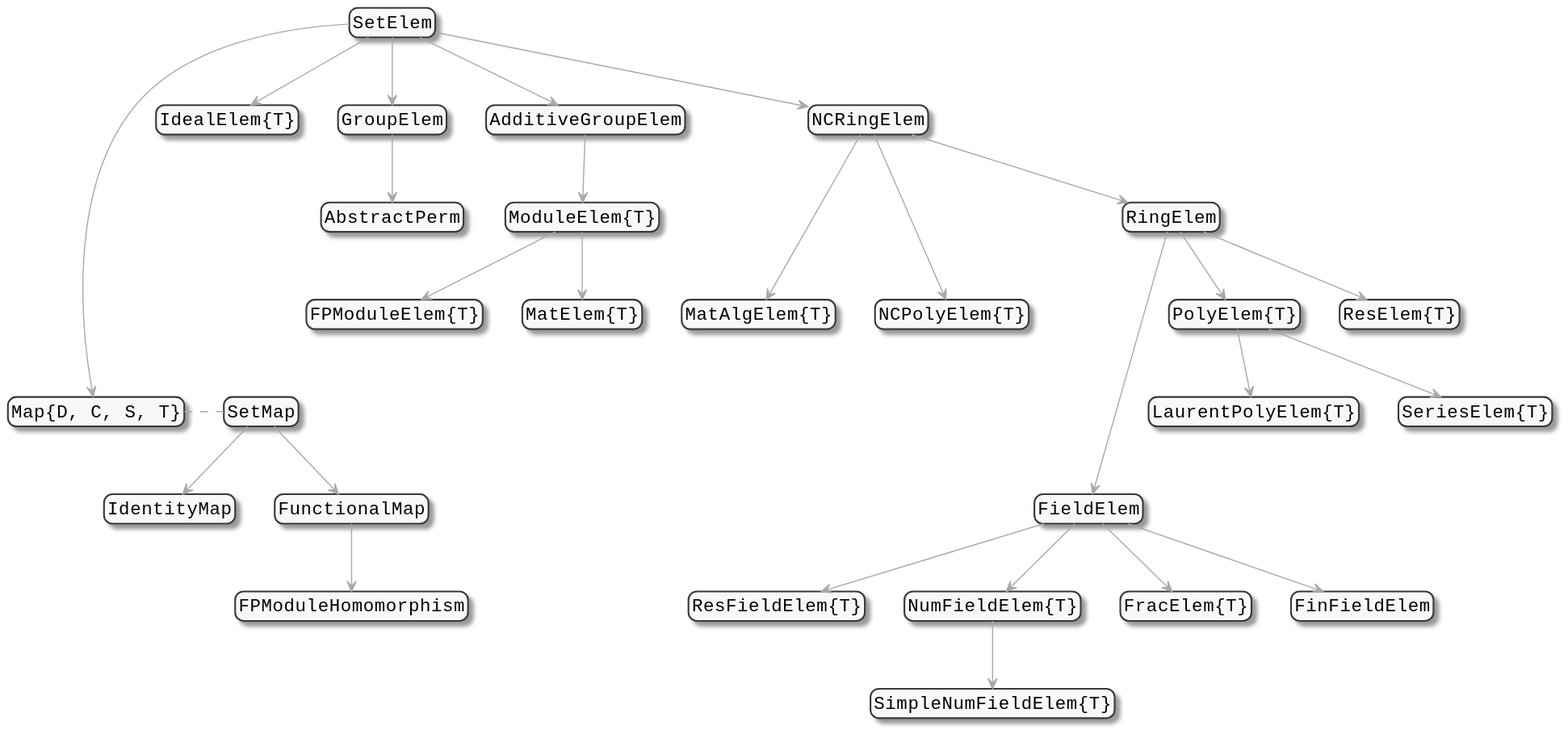
Above: docs/src/assets/elements_diagram.svg in Nemocas/AbstractAlgebra.jl (PlantUML), before the change. Source of this version:
```plantuml
@startuml
skinparam monochrome true
skinparam defaultFontName Monospaced
skinparam defaultFontSize 16
skinparam objectArrowColor DarkGray
skinparam RoundCorner 15


"SetElem" -down-> "IdealElem{T}"

"SetElem" -down----> "Map{D, C, S, T}"
"Map{D, C, S, T}" .right. "SetMap"
"SetMap" -down-> "IdentityMap"
"SetMap" -down-> "FunctionalMap"
"FunctionalMap" -down-> "FPModuleHomomorphism"

"SetElem" -down-> "GroupElem"
"GroupElem" -down-> "AbstractPerm"

"SetElem" -down-> "AdditiveGroupElem"
"AdditiveGroupElem" -down-> "ModuleElem{T}"
"ModuleElem{T}" -down-> "FPModuleElem{T}"
"ModuleElem{T}" -down-> "MatElem{T}"

"SetElem" -down-> "NCRingElem"
"NCRingElem" -down--> "MatAlgElem{T}"
"NCRingElem" -down--> "NCPolyElem{T}"
"NCRingElem" -down-> "RingElem"

"RingElem" -down-> "PolyElem{T}"
"PolyElem{T}" -down-> "SeriesElem{T}"
"PolyElem{T}" -down-> "LaurentPolyElem{T}"
"RingElem" -down-> "ResElem{T}"
"RingElem" -down---> "FieldElem"

"FieldElem" -down-> "FinFieldElem"
"FieldElem" -down-> "ResFieldElem{T}"
"FieldElem" -down-> "NumFieldElem{T}"
"NumFieldElem{T}" -down-> "SimpleNumFieldElem{T}"
"FieldElem" -down-> "FracElem{T}"

hide members
hide circle

@enduml
```
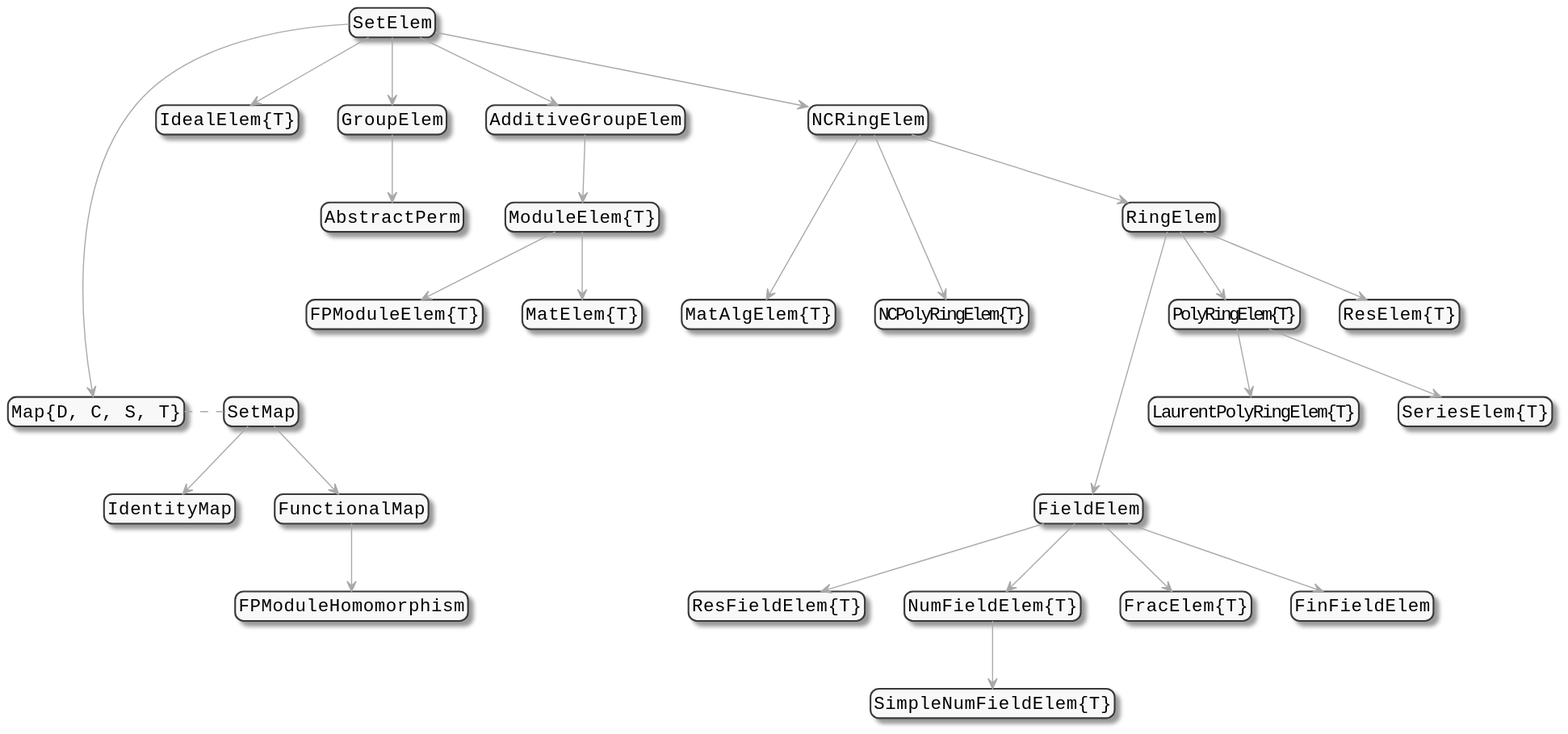
After the commit.

The edit, as a diff of the source:
```diff
@@ -24,12 +24,12 @@
 
 "SetElem" -down-> "NCRingElem"
 "NCRingElem" -down--> "MatAlgElem{T}"
-"NCRingElem" -down--> "NCPolyElem{T}"
+"NCRingElem" -down--> "NCPolyRingElem{T}"
 "NCRingElem" -down-> "RingElem"
 
-"RingElem" -down-> "PolyElem{T}"
-"PolyElem{T}" -down-> "SeriesElem{T}"
-"PolyElem{T}" -down-> "LaurentPolyElem{T}"
+"RingElem" -down-> "PolyRingElem{T}"
+"PolyRingElem{T}" -down-> "SeriesElem{T}"
+"PolyRingElem{T}" -down-> "LaurentPolyRingElem{T}"
 "RingElem" -down-> "ResElem{T}"
 "RingElem" -down---> "FieldElem"
 
```
